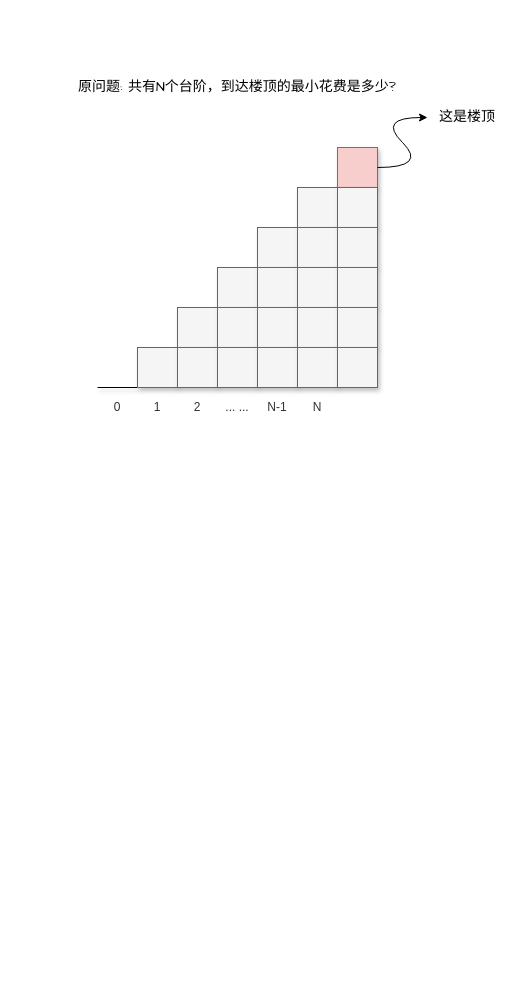
Before: draw.io/使用最小花费爬楼梯.drawio in goldknife6/algorithm, a draw.io diagram. Source tidied: cells renumbered, new cells numbered last; positions are measured from the earlier drawing's top-left corner, leaving out a move shared by most shapes. Both pictures are drawn from the tidied source at 100%, with x=0, y=0 at pixel (17, 67).
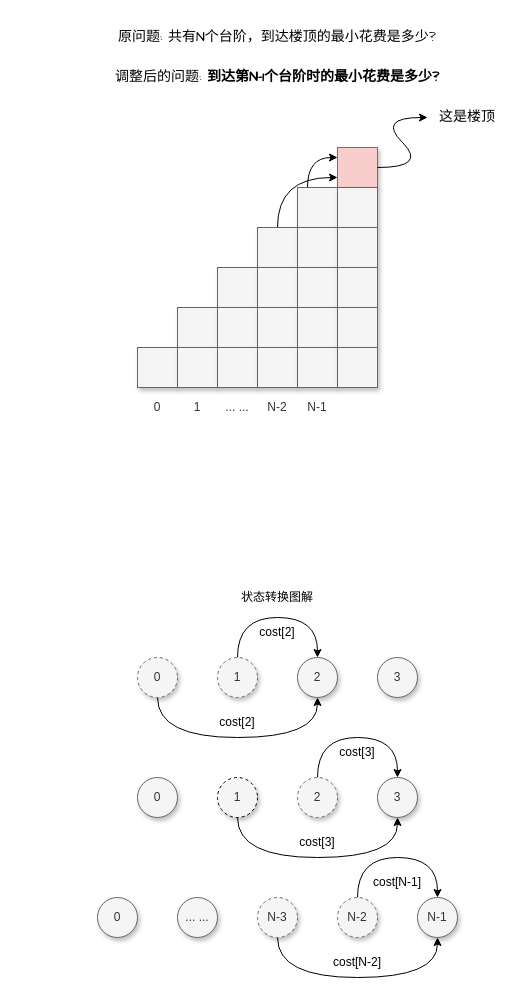
After the change.

Commit message:
更新使用最小花费爬楼梯.drawio

The change refers to these unchanged cells:
```xml
<mxCell id="2" style="rounded=0;whiteSpace=wrap;html=1;fillColor=#f8cecc;strokeColor=#b85450;shadow=1;" parent="1" vertex="1">
  <mxGeometry x="320" y="80" width="40" height="40" as="geometry" />
</mxCell>
<mxCell id="4" style="rounded=0;whiteSpace=wrap;html=1;fillColor=#f5f5f5;fontColor=#333333;strokeColor=#666666;shadow=1;" parent="1" vertex="1">
  <mxGeometry x="280" y="120" width="40" height="40" as="geometry" />
</mxCell>
<mxCell id="5" style="rounded=0;whiteSpace=wrap;html=1;fillColor=#f5f5f5;fontColor=#333333;strokeColor=#666666;shadow=1;" parent="1" vertex="1">
  <mxGeometry x="240" y="160" width="40" height="40" as="geometry" />
</mxCell>
<mxCell id="15" style="rounded=0;whiteSpace=wrap;html=1;fillColor=#f5f5f5;fontColor=#333333;strokeColor=#666666;shadow=1;" parent="1" vertex="1">
  <mxGeometry x="120" y="280" width="40" height="40" as="geometry" />
</mxCell>
```

The edit, as a diff of the source:
```diff
@@
-    <mxCell id="3" value="0" style="rounded=0;whiteSpace=wrap;html=1;fillColor=#f5f5f5;fontColor=#333333;strokeColor=#666666;shadow=0;opacity=0;" parent="1" vertex="1">
-      <mxGeometry x="80" y="320" width="40" height="40" as="geometry" />
-    </mxCell>
+    <mxCell id="34" style="edgeStyle=orthogonalEdgeStyle;curved=1;rounded=0;jettySize=auto;html=1;exitX=0.25;exitY=0;exitDx=0;exitDy=0;entryX=0;entryY=0.25;entryDx=0;entryDy=0;" parent="1" edge="1" source="4" target="2">
+      <mxGeometry relative="1" as="geometry" />
+    </mxCell>
@@
+    <mxCell id="35" style="edgeStyle=orthogonalEdgeStyle;curved=1;rounded=0;jettySize=auto;html=1;exitX=0.5;exitY=0;exitDx=0;exitDy=0;entryX=0;entryY=0.75;entryDx=0;entryDy=0;" parent="1" edge="1" source="5" target="2">
+      <mxGeometry relative="1" as="geometry" />
+    </mxCell>
@@
-    <mxCell id="14" style="rounded=0;jettySize=auto;html=1;exitX=0;exitY=1;exitDx=0;exitDy=0;entryX=0;entryY=0;entryDx=0;entryDy=0;endArrow=none;endFill=0;shadow=1;" parent="1" edge="1" source="15" target="3">
-      <mxGeometry relative="1" as="geometry" />
-    </mxCell>
@@
-    <mxCell id="20" value="1" style="rounded=0;whiteSpace=wrap;html=1;fillColor=#f5f5f5;fontColor=#333333;strokeColor=#666666;shadow=0;opacity=0;" parent="1" vertex="1">
+    <mxCell id="20" value="0" style="rounded=0;whiteSpace=wrap;html=1;fillColor=#f5f5f5;fontColor=#333333;strokeColor=#666666;shadow=0;opacity=0;" parent="1" vertex="1">
       <mxGeometry x="120" y="320" width="40" height="40" as="geometry" />
     </mxCell>
-    <mxCell id="21" value="2" style="rounded=0;whiteSpace=wrap;html=1;fillColor=#f5f5f5;fontColor=#333333;strokeColor=#666666;shadow=0;opacity=0;" parent="1" vertex="1">
+    <mxCell id="21" value="1" style="rounded=0;whiteSpace=wrap;html=1;fillColor=#f5f5f5;fontColor=#333333;strokeColor=#666666;shadow=0;opacity=0;" parent="1" vertex="1">
       <mxGeometry x="160" y="320" width="40" height="40" as="geometry" />
     </mxCell>
@@
-    <mxCell id="23" value="N-1" style="rounded=0;whiteSpace=wrap;html=1;fillColor=#f5f5f5;fontColor=#333333;strokeColor=#666666;shadow=0;opacity=0;" parent="1" vertex="1">
+    <mxCell id="23" value="N-2" style="rounded=0;whiteSpace=wrap;html=1;fillColor=#f5f5f5;fontColor=#333333;strokeColor=#666666;shadow=0;opacity=0;" parent="1" vertex="1">
       <mxGeometry x="240" y="320" width="40" height="40" as="geometry" />
     </mxCell>
-    <mxCell id="24" value="N" style="rounded=0;whiteSpace=wrap;html=1;fillColor=#f5f5f5;fontColor=#333333;strokeColor=#666666;shadow=0;opacity=0;" parent="1" vertex="1">
+    <mxCell id="24" value="N-1" style="rounded=0;whiteSpace=wrap;html=1;fillColor=#f5f5f5;fontColor=#333333;strokeColor=#666666;shadow=0;opacity=0;" parent="1" vertex="1">
       <mxGeometry x="280" y="320" width="40" height="40" as="geometry" />
     </mxCell>
@@
     <mxCell id="33" value="原问题: 共有N个台阶，到达楼顶的最小花费是多少?" style="rounded=0;whiteSpace=wrap;html=1;shadow=0;fontFamily=Comic Sans MS;fontSize=14;opacity=0;" parent="1" vertex="1">
-      <mxGeometry width="440" height="40" as="geometry" />
+      <mxGeometry x="40" y="-50" width="440" height="40" as="geometry" />
     </mxCell>
+    <mxCell id="36" value="调整后的问题: &lt;b&gt;到达第N-1个台阶时的最小花费是多少?&lt;/b&gt;&lt;div class=&quot;okr-block-clipboard&quot;&gt;&lt;/div&gt;" style="rounded=0;whiteSpace=wrap;html=1;shadow=0;fontFamily=Comic Sans MS;fontSize=14;opacity=0;" parent="1" vertex="1">
+      <mxGeometry x="40" y="-10" width="440" height="40" as="geometry" />
+    </mxCell>
+    <mxCell id="37" style="edgeStyle=orthogonalEdgeStyle;curved=1;rounded=0;jettySize=auto;html=1;exitX=0.5;exitY=1;exitDx=0;exitDy=0;entryX=0.5;entryY=1;entryDx=0;entryDy=0;shadow=0;fontSize=12;endArrow=classic;endFill=1;" parent="1" edge="1" source="38" target="41">
+      <mxGeometry relative="1" as="geometry">
+        <Array as="points">
+          <mxPoint x="140" y="670" />
+          <mxPoint x="300" y="670" />
+        </Array>
+      </mxGeometry>
+    </mxCell>
+    <mxCell id="38" value="0" style="ellipse;whiteSpace=wrap;html=1;shadow=1;fontSize=12;fillColor=#f5f5f5;fontColor=#333333;strokeColor=#666666;dashed=1;" parent="1" vertex="1">
+      <mxGeometry x="120" y="590" width="40" height="40" as="geometry" />
+    </mxCell>
+    <mxCell id="39" style="edgeStyle=orthogonalEdgeStyle;curved=1;rounded=0;jettySize=auto;html=1;exitX=0.5;exitY=0;exitDx=0;exitDy=0;entryX=0.5;entryY=0;entryDx=0;entryDy=0;shadow=0;fontSize=12;endArrow=classic;endFill=1;" parent="1" edge="1" source="40" target="41">
+      <mxGeometry relative="1" as="geometry">
+        <Array as="points">
+          <mxPoint x="220" y="550" />
+          <mxPoint x="300" y="550" />
+        </Array>
+      </mxGeometry>
+    </mxCell>
+    <mxCell id="40" value="1" style="ellipse;whiteSpace=wrap;html=1;shadow=1;fontSize=12;fillColor=#f5f5f5;fontColor=#333333;strokeColor=#666666;dashed=1;" parent="1" vertex="1">
+      <mxGeometry x="200" y="590" width="40" height="40" as="geometry" />
+    </mxCell>
+    <mxCell id="41" value="2" style="ellipse;whiteSpace=wrap;html=1;shadow=1;fontSize=12;fillColor=#f5f5f5;fontColor=#333333;strokeColor=#666666;" parent="1" vertex="1">
+      <mxGeometry x="280" y="590" width="40" height="40" as="geometry" />
+    </mxCell>
+    <mxCell id="42" value="3" style="ellipse;whiteSpace=wrap;html=1;shadow=1;fontSize=12;fillColor=#f5f5f5;fontColor=#333333;strokeColor=#666666;" parent="1" vertex="1">
+      <mxGeometry x="360" y="590" width="40" height="40" as="geometry" />
+    </mxCell>
+    <mxCell id="43" value="0" style="ellipse;whiteSpace=wrap;html=1;shadow=1;fontSize=12;fillColor=#f5f5f5;fontColor=#333333;strokeColor=#666666;" parent="1" vertex="1">
+      <mxGeometry x="120" y="710" width="40" height="40" as="geometry" />
+    </mxCell>
+    <mxCell id="44" style="edgeStyle=orthogonalEdgeStyle;curved=1;rounded=0;jettySize=auto;html=1;exitX=0.5;exitY=1;exitDx=0;exitDy=0;entryX=0.5;entryY=1;entryDx=0;entryDy=0;shadow=0;fontSize=12;endArrow=classic;endFill=1;" parent="1" edge="1" source="45" target="48">
+      <mxGeometry relative="1" as="geometry">
+        <Array as="points">
+          <mxPoint x="220" y="790" />
+          <mxPoint x="380" y="790" />
+        </Array>
+      </mxGeometry>
+    </mxCell>
+    <mxCell id="45" value="1" style="ellipse;whiteSpace=wrap;html=1;shadow=1;fontSize=12;fillColor=#f5f5f5;fontColor=#333333;strokeColor=default;dashed=1;" parent="1" vertex="1">
+      <mxGeometry x="200" y="710" width="40" height="40" as="geometry" />
+    </mxCell>
+    <mxCell id="46" style="edgeStyle=orthogonalEdgeStyle;rounded=0;jettySize=auto;html=1;exitX=0.5;exitY=0;exitDx=0;exitDy=0;entryX=0.5;entryY=0;entryDx=0;entryDy=0;shadow=0;fontSize=12;endArrow=classic;endFill=1;curved=1;" parent="1" edge="1" source="47" target="48">
+      <mxGeometry relative="1" as="geometry">
+        <Array as="points">
+          <mxPoint x="300" y="670" />
+          <mxPoint x="380" y="670" />
+        </Array>
+      </mxGeometry>
+    </mxCell>
+    <mxCell id="47" value="2" style="ellipse;whiteSpace=wrap;html=1;shadow=1;fontSize=12;fillColor=#f5f5f5;fontColor=#333333;strokeColor=#666666;dashed=1;" parent="1" vertex="1">
+      <mxGeometry x="280" y="710" width="40" height="40" as="geometry" />
+    </mxCell>
+    <mxCell id="48" value="3" style="ellipse;whiteSpace=wrap;html=1;shadow=1;fontSize=12;fillColor=#f5f5f5;fontColor=#333333;strokeColor=#666666;" parent="1" vertex="1">
+      <mxGeometry x="360" y="710" width="40" height="40" as="geometry" />
+    </mxCell>
+    <mxCell id="49" value="0" style="ellipse;whiteSpace=wrap;html=1;shadow=1;fontSize=12;fillColor=#f5f5f5;fontColor=#333333;strokeColor=#666666;" parent="1" vertex="1">
+      <mxGeometry x="80" y="830" width="40" height="40" as="geometry" />
+    </mxCell>
+    <mxCell id="50" style="edgeStyle=orthogonalEdgeStyle;curved=1;rounded=0;jettySize=auto;html=1;exitX=0.5;exitY=1;exitDx=0;exitDy=0;entryX=0.5;entryY=1;entryDx=0;entryDy=0;shadow=0;fontSize=12;endArrow=classic;endFill=1;" parent="1" edge="1" source="51" target="54">
+      <mxGeometry relative="1" as="geometry">
+        <Array as="points">
+          <mxPoint x="260" y="910" />
+          <mxPoint x="420" y="910" />
+        </Array>
+      </mxGeometry>
+    </mxCell>
+    <mxCell id="51" value="N-3" style="ellipse;whiteSpace=wrap;html=1;shadow=1;fontSize=12;fillColor=#f5f5f5;fontColor=#333333;strokeColor=#666666;dashed=1;" parent="1" vertex="1">
+      <mxGeometry x="240" y="830" width="40" height="40" as="geometry" />
+    </mxCell>
+    <mxCell id="52" style="edgeStyle=orthogonalEdgeStyle;rounded=0;jettySize=auto;html=1;exitX=0.5;exitY=0;exitDx=0;exitDy=0;entryX=0.5;entryY=0;entryDx=0;entryDy=0;shadow=0;fontSize=12;endArrow=classic;endFill=1;curved=1;" parent="1" edge="1" source="53" target="54">
+      <mxGeometry relative="1" as="geometry">
+        <Array as="points">
+          <mxPoint x="340" y="790" />
+          <mxPoint x="420" y="790" />
+        </Array>
+      </mxGeometry>
+    </mxCell>
+    <mxCell id="53" value="N-2" style="ellipse;whiteSpace=wrap;html=1;shadow=1;fontSize=12;fillColor=#f5f5f5;fontColor=#333333;strokeColor=#666666;dashed=1;" parent="1" vertex="1">
+      <mxGeometry x="320" y="830" width="40" height="40" as="geometry" />
+    </mxCell>
+    <mxCell id="54" value="N-1" style="ellipse;whiteSpace=wrap;html=1;shadow=1;fontSize=12;fillColor=#f5f5f5;fontColor=#333333;strokeColor=#666666;" parent="1" vertex="1">
+      <mxGeometry x="400" y="830" width="40" height="40" as="geometry" />
+    </mxCell>
+    <mxCell id="55" value="... ..." style="ellipse;whiteSpace=wrap;html=1;shadow=1;fontSize=12;fillColor=#f5f5f5;fontColor=#333333;strokeColor=#666666;" parent="1" vertex="1">
+      <mxGeometry x="160" y="830" width="40" height="40" as="geometry" />
+    </mxCell>
+    <mxCell id="56" value="状态转换图解" style="text;html=1;strokeColor=none;fillColor=none;align=center;verticalAlign=middle;whiteSpace=wrap;rounded=0;shadow=1;fontSize=12;" parent="1" vertex="1">
+      <mxGeometry x="120" y="510" width="280" height="40" as="geometry" />
+    </mxCell>
+    <mxCell id="57" value="cost[2]" style="text;html=1;strokeColor=none;fillColor=none;align=center;verticalAlign=middle;whiteSpace=wrap;rounded=0;" parent="1" vertex="1">
+      <mxGeometry x="230" y="550" width="60" height="30" as="geometry" />
+    </mxCell>
+    <mxCell id="58" value="cost[2]" style="text;html=1;strokeColor=none;fillColor=none;align=center;verticalAlign=middle;whiteSpace=wrap;rounded=0;" parent="1" vertex="1">
+      <mxGeometry x="190" y="640" width="60" height="30" as="geometry" />
+    </mxCell>
+    <mxCell id="59" value="cost[3]" style="text;html=1;strokeColor=none;fillColor=none;align=center;verticalAlign=middle;whiteSpace=wrap;rounded=0;" parent="1" vertex="1">
+      <mxGeometry x="310" y="670" width="60" height="30" as="geometry" />
+    </mxCell>
+    <mxCell id="60" value="cost[3]" style="text;html=1;strokeColor=none;fillColor=none;align=center;verticalAlign=middle;whiteSpace=wrap;rounded=0;" parent="1" vertex="1">
+      <mxGeometry x="270" y="760" width="60" height="30" as="geometry" />
+    </mxCell>
+    <mxCell id="61" value="cost[N-1]" style="text;html=1;strokeColor=none;fillColor=none;align=center;verticalAlign=middle;whiteSpace=wrap;rounded=0;" parent="1" vertex="1">
+      <mxGeometry x="350" y="800" width="60" height="30" as="geometry" />
+    </mxCell>
+    <mxCell id="62" value="cost[N-2]" style="text;html=1;strokeColor=none;fillColor=none;align=center;verticalAlign=middle;whiteSpace=wrap;rounded=0;" parent="1" vertex="1">
+      <mxGeometry x="310" y="880" width="60" height="30" as="geometry" />
+    </mxCell>
```
